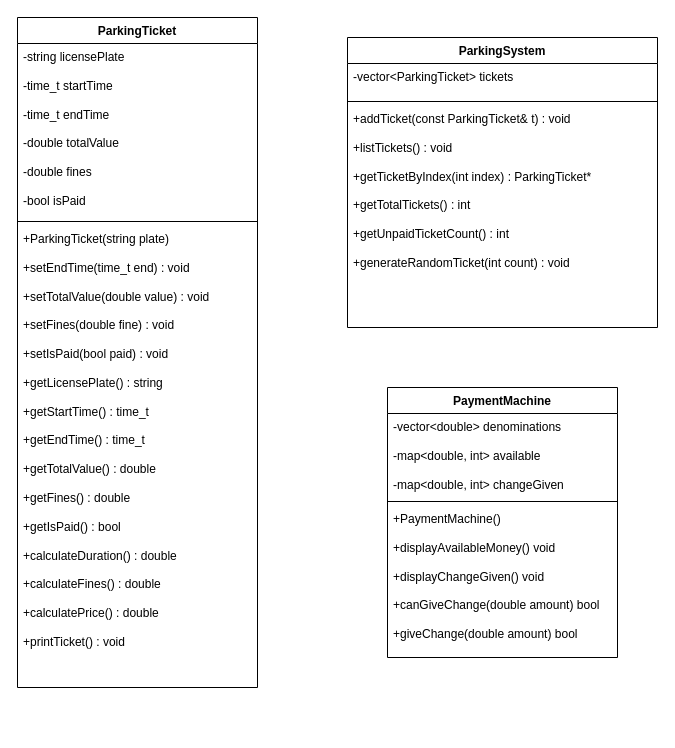
This is page "Diagrama de classes" (2 of 2) of Use_cases_estacionamento.drawio from danielarraiol02/tpsi-oop-2065422-25, a draw.io file, before an edit. Source tidied: cells renumbered, new cells numbered last; positions are measured from the earlier drawing's top-left corner, leaving out a move shared by most shapes. Both pictures are drawn from the tidied source at 100%, with x=0, y=0 at pixel (17, 17).
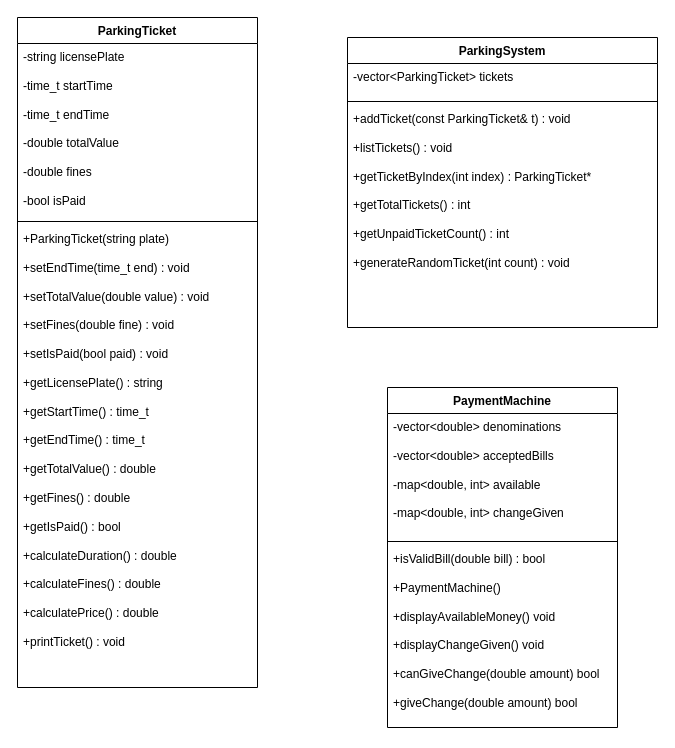
The same diagram, later.

The edit, as a diff of the source:
```diff
@@
 <mxGraphModel>
   <root>
     <mxCell id="0" />
     <mxCell id="1" parent="0" />
     <mxCell id="2" value="ParkingTicket" style="swimlane;fontStyle=1;align=center;verticalAlign=top;horizontal=1;startSize=26;whiteSpace=wrap;html=1;" parent="1" vertex="1">
       <mxGeometry width="240" height="670" as="geometry" />
     </mxCell>
     <mxCell id="3" value="&lt;div&gt;-string licensePlate&lt;/div&gt;&lt;div&gt;&lt;br&gt;&lt;/div&gt;&lt;div&gt;-time_t startTime&lt;/div&gt;&lt;div&gt;&lt;br&gt;&lt;/div&gt;&lt;div&gt;-time_t endTime&lt;/div&gt;&lt;div&gt;&lt;br&gt;&lt;/div&gt;&lt;div&gt;-double totalValue&lt;/div&gt;&lt;div&gt;&lt;br&gt;&lt;/div&gt;&lt;div&gt;-double fines&lt;/div&gt;&lt;div&gt;&lt;br&gt;&lt;/div&gt;&lt;div&gt;-bool isPaid&lt;/div&gt;" style="text;strokeColor=none;fillColor=none;align=left;verticalAlign=top;spacingLeft=4;spacingRight=4;overflow=hidden;whiteSpace=wrap;html=1;" parent="2" vertex="1">
       <mxGeometry y="26" width="240" height="174" as="geometry" />
     </mxCell>
     <mxCell id="4" style="line;strokeWidth=1;fillColor=none;align=left;verticalAlign=middle;spacingTop=-1;spacingLeft=3;spacingRight=3;labelPosition=right;strokeColor=inherit;" parent="2" vertex="1">
       <mxGeometry y="200" width="240" height="8" as="geometry" />
     </mxCell>
     <mxCell id="5" value="&lt;div&gt;+ParkingTicket(string plate)&lt;/div&gt;&lt;div&gt;&lt;br&gt;&lt;/div&gt;&lt;div&gt;+setEndTime(time_t end) : void&lt;/div&gt;&lt;div&gt;&lt;br&gt;&lt;/div&gt;&lt;div&gt;+setTotalValue(double value) : void&lt;/div&gt;&lt;div&gt;&lt;br&gt;&lt;/div&gt;&lt;div&gt;+setFines(double fine) : void&lt;/div&gt;&lt;div&gt;&lt;br&gt;&lt;/div&gt;&lt;div&gt;+setIsPaid(bool paid) : void&lt;/div&gt;&lt;div&gt;&lt;br&gt;&lt;/div&gt;&lt;div&gt;+getLicensePlate() : string&lt;/div&gt;&lt;div&gt;&lt;br&gt;&lt;/div&gt;&lt;div&gt;+getStartTime() : time_t&lt;/div&gt;&lt;div&gt;&lt;br&gt;&lt;/div&gt;&lt;div&gt;+getEndTime() : time_t&lt;/div&gt;&lt;div&gt;&lt;br&gt;&lt;/div&gt;&lt;div&gt;+getTotalValue() : double&lt;/div&gt;&lt;div&gt;&lt;br&gt;&lt;/div&gt;&lt;div&gt;+getFines() : double&lt;/div&gt;&lt;div&gt;&lt;br&gt;&lt;/div&gt;&lt;div&gt;+getIsPaid() : bool&lt;/div&gt;&lt;div&gt;&lt;br&gt;&lt;/div&gt;&lt;div&gt;+calculateDuration() : double&lt;/div&gt;&lt;div&gt;&lt;br&gt;&lt;/div&gt;&lt;div&gt;+calculateFines() : double&lt;/div&gt;&lt;div&gt;&lt;br&gt;&lt;/div&gt;&lt;div&gt;+calculatePrice() : double&lt;/div&gt;&lt;div&gt;&lt;br&gt;&lt;/div&gt;&lt;div&gt;+printTicket() : void&lt;/div&gt;" style="text;strokeColor=none;fillColor=none;align=left;verticalAlign=top;spacingLeft=4;spacingRight=4;overflow=hidden;whiteSpace=wrap;html=1;" parent="2" vertex="1">
       <mxGeometry y="208" width="240" height="462" as="geometry" />
     </mxCell>
     <mxCell id="6" value="ParkingSystem" style="swimlane;fontStyle=1;align=center;verticalAlign=top;horizontal=1;startSize=26;whiteSpace=wrap;html=1;" parent="1" vertex="1">
       <mxGeometry x="330" y="20" width="310" height="290" as="geometry" />
     </mxCell>
     <mxCell id="7" value="-vector&amp;lt;ParkingTicket&amp;gt; tickets" style="text;strokeColor=none;fillColor=none;align=left;verticalAlign=top;spacingLeft=4;spacingRight=4;overflow=hidden;whiteSpace=wrap;html=1;" parent="6" vertex="1">
       <mxGeometry y="26" width="310" height="34" as="geometry" />
     </mxCell>
     <mxCell id="8" style="line;strokeWidth=1;fillColor=none;align=left;verticalAlign=middle;spacingTop=-1;spacingLeft=3;spacingRight=3;labelPosition=right;strokeColor=inherit;" parent="6" vertex="1">
       <mxGeometry y="60" width="310" height="8" as="geometry" />
     </mxCell>
     <mxCell id="9" value="&lt;div&gt;+addTicket(const ParkingTicket&amp;amp; t) : void&lt;/div&gt;&lt;div&gt;&lt;br&gt;&lt;/div&gt;&lt;div&gt;+listTickets() : void&lt;/div&gt;&lt;div&gt;&lt;br&gt;&lt;/div&gt;&lt;div&gt;+getTicketByIndex(int index) : ParkingTicket*&lt;/div&gt;&lt;div&gt;&lt;br&gt;&lt;/div&gt;&lt;div&gt;+getTotalTickets() : int&lt;/div&gt;&lt;div&gt;&lt;br&gt;&lt;/div&gt;&lt;div&gt;+getUnpaidTicketCount() : int&lt;/div&gt;&lt;div&gt;&lt;br&gt;&lt;/div&gt;&lt;div&gt;+generateRandomTicket(int count) : void&lt;/div&gt;" style="text;strokeColor=none;fillColor=none;align=left;verticalAlign=top;spacingLeft=4;spacingRight=4;overflow=hidden;whiteSpace=wrap;html=1;" parent="6" vertex="1">
       <mxGeometry y="68" width="310" height="222" as="geometry" />
     </mxCell>
     <mxCell id="10" value="PaymentMachine" style="swimlane;fontStyle=1;align=center;verticalAlign=top;horizontal=1;startSize=26;whiteSpace=wrap;html=1;" parent="1" vertex="1">
-      <mxGeometry x="370" y="370" width="230" height="270" as="geometry" />
+      <mxGeometry x="370" y="370" width="230" height="340" as="geometry" />
     </mxCell>
-    <mxCell id="11" value="&lt;div&gt;-vector&amp;lt;double&amp;gt; denominations&lt;/div&gt;&lt;div&gt;&lt;br&gt;&lt;/div&gt;&lt;div&gt;-map&amp;lt;double, int&amp;gt; available&lt;/div&gt;&lt;div&gt;&lt;br&gt;&lt;/div&gt;&lt;div&gt;-map&amp;lt;double, int&amp;gt; changeGiven&lt;/div&gt;" style="text;strokeColor=none;fillColor=none;align=left;verticalAlign=top;spacingLeft=4;spacingRight=4;overflow=hidden;whiteSpace=wrap;html=1;" parent="10" vertex="1">
-      <mxGeometry y="26" width="230" height="84" as="geometry" />
+    <mxCell id="11" value="&lt;div&gt;-vector&amp;lt;double&amp;gt; denominations&lt;/div&gt;&lt;div&gt;&lt;br&gt;&lt;/div&gt;&lt;div&gt;-vector&amp;lt;double&amp;gt; acceptedBills&lt;/div&gt;&lt;div&gt;&lt;br&gt;&lt;/div&gt;&lt;div&gt;-map&amp;lt;double, int&amp;gt; available&lt;/div&gt;&lt;div&gt;&lt;br&gt;&lt;/div&gt;&lt;div&gt;-map&amp;lt;double, int&amp;gt; changeGiven&lt;/div&gt;" style="text;strokeColor=none;fillColor=none;align=left;verticalAlign=top;spacingLeft=4;spacingRight=4;overflow=hidden;whiteSpace=wrap;html=1;" parent="10" vertex="1">
+      <mxGeometry y="26" width="230" height="124" as="geometry" />
     </mxCell>
     <mxCell id="12" style="line;strokeWidth=1;fillColor=none;align=left;verticalAlign=middle;spacingTop=-1;spacingLeft=3;spacingRight=3;labelPosition=right;strokeColor=inherit;" parent="10" vertex="1">
-      <mxGeometry y="110" width="230" height="8" as="geometry" />
+      <mxGeometry y="150" width="230" height="8" as="geometry" />
     </mxCell>
-    <mxCell id="13" value="&lt;div&gt;+PaymentMachine()&lt;/div&gt;&lt;div&gt;&lt;br&gt;&lt;/div&gt;&lt;div&gt;+displayAvailableMoney() void&lt;/div&gt;&lt;div&gt;&lt;br&gt;&lt;/div&gt;&lt;div&gt;+displayChangeGiven() void&lt;/div&gt;&lt;div&gt;&lt;br&gt;&lt;/div&gt;&lt;div&gt;+canGiveChange(double amount) bool&lt;/div&gt;&lt;div&gt;&lt;br&gt;&lt;/div&gt;&lt;div&gt;+giveChange(double amount) bool&lt;/div&gt;" style="text;strokeColor=none;fillColor=none;align=left;verticalAlign=top;spacingLeft=4;spacingRight=4;overflow=hidden;whiteSpace=wrap;html=1;" parent="10" vertex="1">
-      <mxGeometry y="118" width="230" height="152" as="geometry" />
+    <mxCell id="13" value="&lt;div&gt;+isValidBill(double bill) : bool&lt;/div&gt;&lt;div&gt;&lt;br&gt;&lt;/div&gt;&lt;div&gt;+PaymentMachine()&lt;/div&gt;&lt;div&gt;&lt;br&gt;&lt;/div&gt;&lt;div&gt;+displayAvailableMoney() void&lt;/div&gt;&lt;div&gt;&lt;br&gt;&lt;/div&gt;&lt;div&gt;+displayChangeGiven() void&lt;/div&gt;&lt;div&gt;&lt;br&gt;&lt;/div&gt;&lt;div&gt;+canGiveChange(double amount) bool&lt;/div&gt;&lt;div&gt;&lt;br&gt;&lt;/div&gt;&lt;div&gt;+giveChange(double amount) bool&lt;/div&gt;" style="text;strokeColor=none;fillColor=none;align=left;verticalAlign=top;spacingLeft=4;spacingRight=4;overflow=hidden;whiteSpace=wrap;html=1;" parent="10" vertex="1">
+      <mxGeometry y="158" width="230" height="182" as="geometry" />
     </mxCell>
   </root>
 </mxGraphModel>
```
